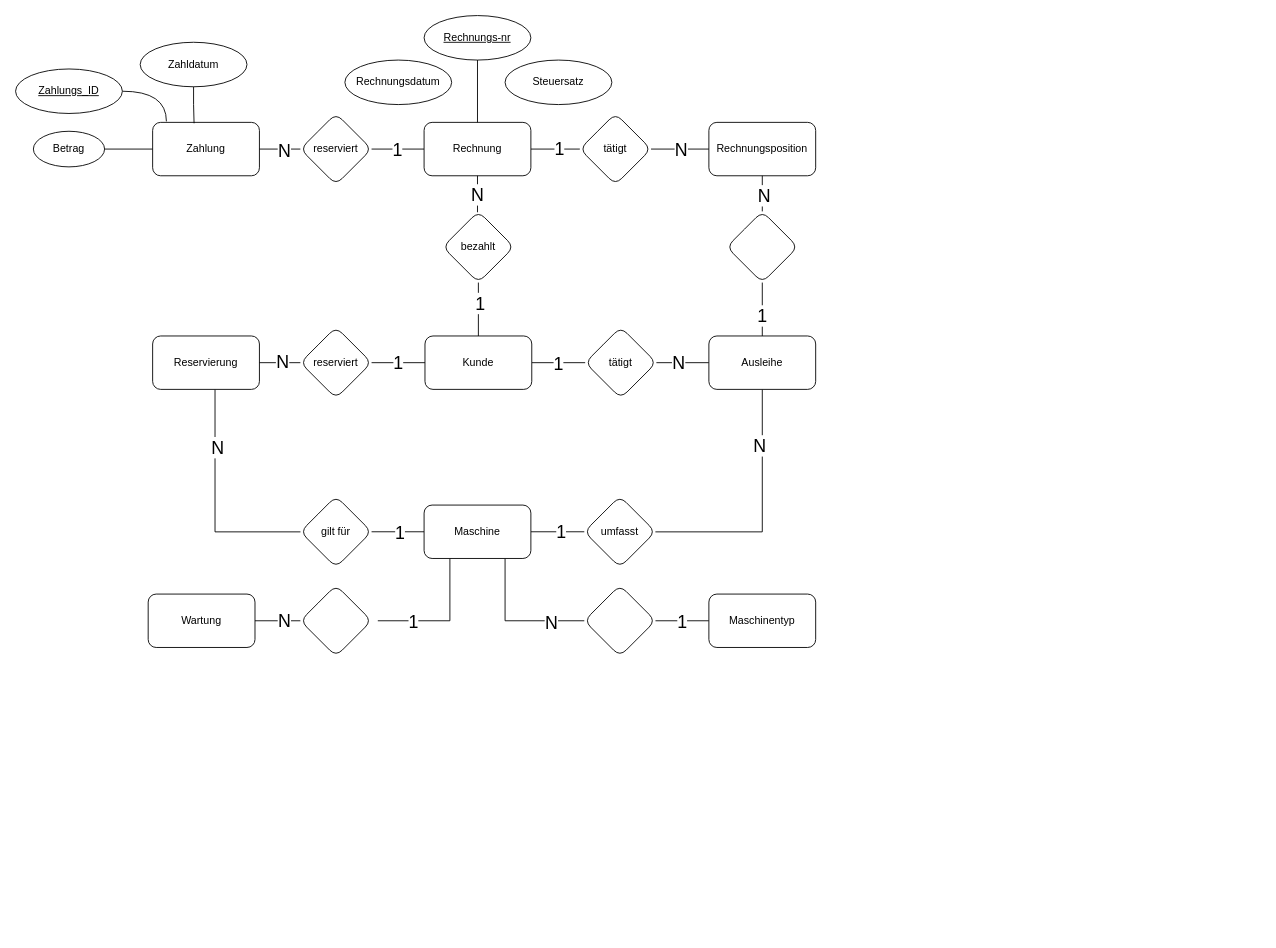
Above: docs/datenmodell/ERD-Maschinenverwaltung.drawio in Finn2103/maschinen-verwaltung (draw.io), before the change. Source tidied: cells renumbered, new cells numbered last; positions are measured from the earlier drawing's top-left corner, leaving out a move shared by most shapes. Both pictures are drawn from the tidied source at 89%, with x=0, y=0 at pixel (15, 15).
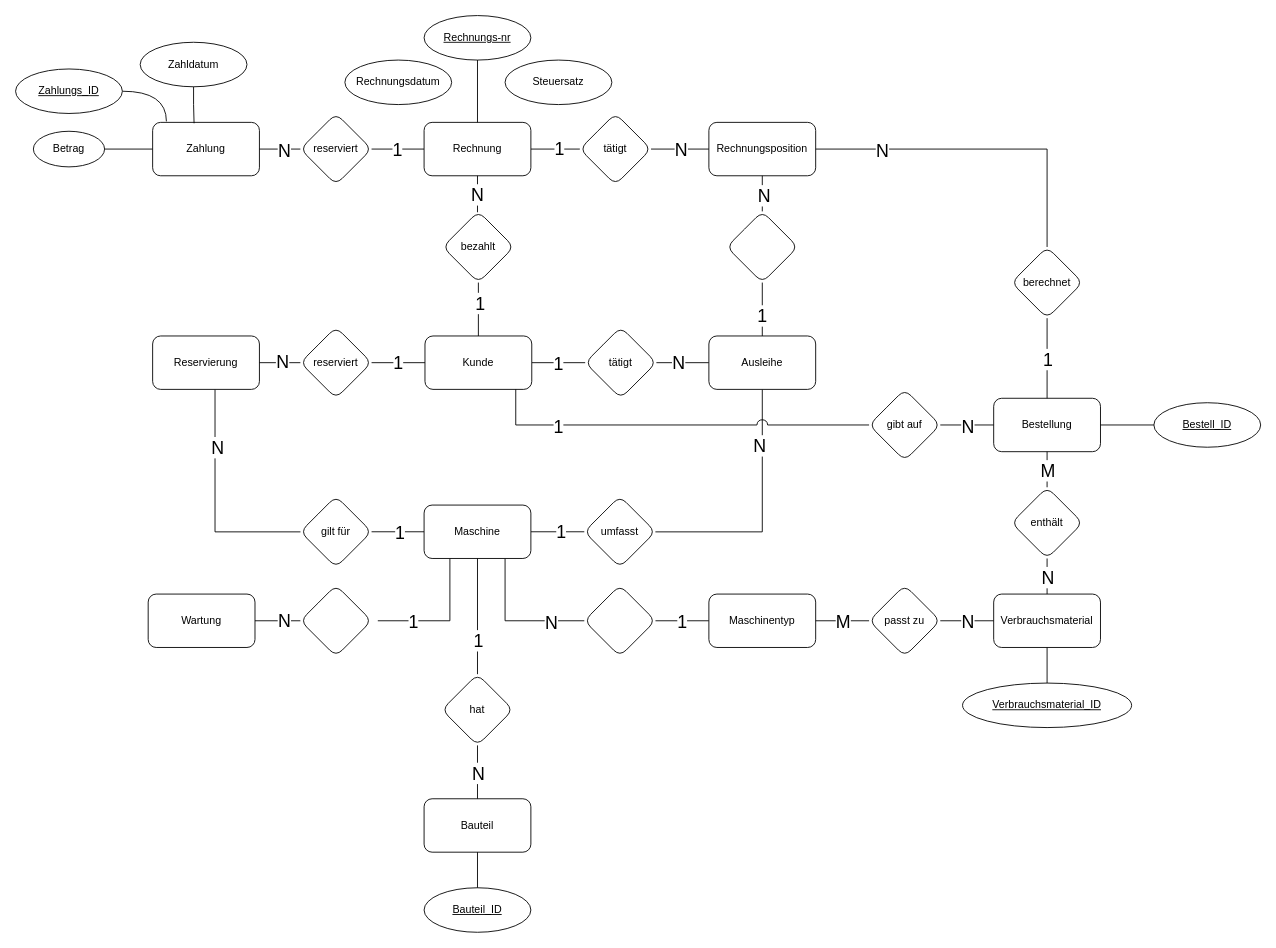
The same page after the edit.

Commit message (it also covers changes not shown here):
docs(datenmodell): Bauteil, Verbrauchsmaterial und Bestellung ins ERD (#45)

The change refers to these unchanged cells:
```xml
<mxCell id="14" value="Kunde" style="whiteSpace=wrap;html=1;rounded=1;" parent="1" vertex="1">
  <mxGeometry x="460" y="360" width="120" height="60" as="geometry" />
</mxCell>
<mxCell id="23" value="Rechnungsposition" style="rounded=1;whiteSpace=wrap;html=1;" parent="1" vertex="1">
  <mxGeometry x="779" y="120" width="120" height="60" as="geometry" />
</mxCell>
<mxCell id="42" value="Maschine" style="whiteSpace=wrap;html=1;rounded=1;" parent="1" vertex="1">
  <mxGeometry x="459" y="550" width="120" height="60" as="geometry" />
</mxCell>
<mxCell id="50" value="Maschinentyp" style="whiteSpace=wrap;html=1;rounded=1;" parent="1" vertex="1">
  <mxGeometry x="779" y="650" width="120" height="60" as="geometry" />
</mxCell>
```

Change to the diagram source:
```diff
@@
-<mxGraphModel>
+<mxGraphModel background="#ffffff">
@@
+    <mxCell id="71" value="Bauteil" style="rounded=1;whiteSpace=wrap;html=1;" parent="1" vertex="1">
+      <mxGeometry x="459" y="880" width="120" height="60" as="geometry" />
+    </mxCell>
+    <mxCell id="72" value="hat" style="rhombus;whiteSpace=wrap;html=1;shapeInside=1;rounded=1;" parent="1" vertex="1">
+      <mxGeometry x="479" y="740" width="80" height="80" as="geometry" />
+    </mxCell>
+    <mxCell id="73" value="&lt;u&gt;Bauteil_ID&lt;/u&gt;" style="ellipse;whiteSpace=wrap;html=1;shapeInside=1;" parent="1" vertex="1">
+      <mxGeometry x="459" y="980" width="120" height="50" as="geometry" />
+    </mxCell>
+    <mxCell id="74" style="edgeStyle=orthogonalEdgeStyle;rounded=0;jettySize=auto;html=1;exitX=0.5;exitY=1;exitDx=0;exitDy=0;entryX=0.5;entryY=0;entryDx=0;entryDy=0;endArrow=none;endFill=0;" parent="1" edge="1" source="42" target="72">
+      <mxGeometry relative="1" as="geometry" />
+    </mxCell>
+    <mxCell id="75" value="&lt;span style=&quot;font-size: 20px;&quot;&gt;1&lt;/span&gt;" style="edgeLabel;html=1;align=center;verticalAlign=middle;fontFamily=Helvetica;fontSize=11;fontColor=default;labelBackgroundColor=default;" parent="74" vertex="1">
+      <mxGeometry x="0.4" relative="1" as="geometry" />
+    </mxCell>
+    <mxCell id="76" style="edgeStyle=orthogonalEdgeStyle;rounded=0;jettySize=auto;html=1;exitX=0.5;exitY=1;exitDx=0;exitDy=0;entryX=0.5;entryY=0;entryDx=0;entryDy=0;endArrow=none;endFill=0;" parent="1" edge="1" source="72" target="71">
+      <mxGeometry relative="1" as="geometry" />
+    </mxCell>
+    <mxCell id="77" value="&lt;span style=&quot;font-size: 20px;&quot;&gt;N&lt;/span&gt;" style="edgeLabel;html=1;align=center;verticalAlign=middle;fontFamily=Helvetica;fontSize=11;fontColor=default;labelBackgroundColor=default;" parent="76" vertex="1">
+      <mxGeometry relative="1" as="geometry" />
+    </mxCell>
+    <mxCell id="78" style="edgeStyle=orthogonalEdgeStyle;rounded=0;jettySize=auto;html=1;exitX=0.5;exitY=0;exitDx=0;exitDy=0;entryX=0.5;entryY=1;entryDx=0;entryDy=0;endArrow=none;endFill=0;" parent="1" edge="1" source="73" target="71">
+      <mxGeometry relative="1" as="geometry" />
+    </mxCell>
+    <mxCell id="79" value="Verbrauchsmaterial" style="rounded=1;whiteSpace=wrap;html=1;" parent="1" vertex="1">
+      <mxGeometry x="1099" y="650" width="120" height="60" as="geometry" />
+    </mxCell>
+    <mxCell id="80" value="passt zu" style="rhombus;whiteSpace=wrap;html=1;shapeInside=1;rounded=1;" parent="1" vertex="1">
+      <mxGeometry x="959" y="640" width="80" height="80" as="geometry" />
+    </mxCell>
+    <mxCell id="81" value="&lt;u&gt;Verbrauchsmaterial_ID&lt;/u&gt;" style="ellipse;whiteSpace=wrap;html=1;shapeInside=1;" parent="1" vertex="1">
+      <mxGeometry x="1064" y="750" width="190" height="50" as="geometry" />
+    </mxCell>
+    <mxCell id="82" style="edgeStyle=orthogonalEdgeStyle;rounded=0;jettySize=auto;html=1;exitX=1;exitY=0.5;exitDx=0;exitDy=0;entryX=0;entryY=0.5;entryDx=0;entryDy=0;endArrow=none;endFill=0;" parent="1" edge="1" source="50" target="80">
+      <mxGeometry relative="1" as="geometry" />
+    </mxCell>
+    <mxCell id="83" value="&lt;span style=&quot;font-size: 20px;&quot;&gt;M&lt;/span&gt;" style="edgeLabel;html=1;align=center;verticalAlign=middle;fontFamily=Helvetica;fontSize=11;fontColor=default;labelBackgroundColor=default;" parent="82" vertex="1">
+      <mxGeometry relative="1" as="geometry" />
+    </mxCell>
+    <mxCell id="84" style="edgeStyle=orthogonalEdgeStyle;rounded=0;jettySize=auto;html=1;exitX=1;exitY=0.5;exitDx=0;exitDy=0;entryX=0;entryY=0.5;entryDx=0;entryDy=0;endArrow=none;endFill=0;" parent="1" edge="1" source="80" target="79">
+      <mxGeometry relative="1" as="geometry" />
+    </mxCell>
+    <mxCell id="85" value="&lt;span style=&quot;font-size: 20px;&quot;&gt;N&lt;/span&gt;" style="edgeLabel;html=1;align=center;verticalAlign=middle;fontFamily=Helvetica;fontSize=11;fontColor=default;labelBackgroundColor=default;" parent="84" vertex="1">
+      <mxGeometry relative="1" as="geometry" />
+    </mxCell>
+    <mxCell id="86" style="edgeStyle=orthogonalEdgeStyle;rounded=0;jettySize=auto;html=1;exitX=0.5;exitY=0;exitDx=0;exitDy=0;entryX=0.5;entryY=1;entryDx=0;entryDy=0;endArrow=none;endFill=0;" parent="1" edge="1" source="81" target="79">
+      <mxGeometry relative="1" as="geometry" />
+    </mxCell>
+    <mxCell id="87" value="Bestellung" style="rounded=1;whiteSpace=wrap;html=1;" parent="1" vertex="1">
+      <mxGeometry x="1099" y="430" width="120" height="60" as="geometry" />
+    </mxCell>
+    <mxCell id="88" value="gibt auf" style="rhombus;whiteSpace=wrap;html=1;shapeInside=1;rounded=1;" parent="1" vertex="1">
+      <mxGeometry x="959" y="420" width="80" height="80" as="geometry" />
+    </mxCell>
+    <mxCell id="89" value="enthält" style="rhombus;whiteSpace=wrap;html=1;shapeInside=1;rounded=1;" parent="1" vertex="1">
+      <mxGeometry x="1119" y="530" width="80" height="80" as="geometry" />
+    </mxCell>
+    <mxCell id="90" value="berechnet" style="rhombus;whiteSpace=wrap;html=1;shapeInside=1;rounded=1;" parent="1" vertex="1">
+      <mxGeometry x="1119" y="260" width="80" height="80" as="geometry" />
+    </mxCell>
+    <mxCell id="91" value="&lt;u&gt;Bestell_ID&lt;/u&gt;" style="ellipse;whiteSpace=wrap;html=1;shapeInside=1;" parent="1" vertex="1">
+      <mxGeometry x="1279" y="435" width="120" height="50" as="geometry" />
+    </mxCell>
+    <mxCell id="92" style="edgeStyle=orthogonalEdgeStyle;rounded=0;jettySize=auto;html=1;exitX=0.85;exitY=1;exitDx=0;exitDy=0;entryX=0;entryY=0.5;entryDx=0;entryDy=0;endArrow=none;endFill=0;jumpStyle=arc;jumpSize=12;" parent="1" edge="1" source="14" target="88">
+      <mxGeometry relative="1" as="geometry">
+        <Array as="points">
+          <mxPoint x="562" y="460" />
+        </Array>
+      </mxGeometry>
+    </mxCell>
+    <mxCell id="93" value="&lt;span style=&quot;font-size: 20px;&quot;&gt;1&lt;/span&gt;" style="edgeLabel;html=1;align=center;verticalAlign=middle;fontFamily=Helvetica;fontSize=11;fontColor=default;labelBackgroundColor=default;" parent="92" vertex="1">
+      <mxGeometry x="-0.6" relative="1" as="geometry" />
+    </mxCell>
+    <mxCell id="94" style="edgeStyle=orthogonalEdgeStyle;rounded=0;jettySize=auto;html=1;exitX=1;exitY=0.5;exitDx=0;exitDy=0;entryX=0;entryY=0.5;entryDx=0;entryDy=0;endArrow=none;endFill=0;" parent="1" edge="1" source="88" target="87">
+      <mxGeometry relative="1" as="geometry" />
+    </mxCell>
+    <mxCell id="95" value="&lt;span style=&quot;font-size: 20px;&quot;&gt;N&lt;/span&gt;" style="edgeLabel;html=1;align=center;verticalAlign=middle;fontFamily=Helvetica;fontSize=11;fontColor=default;labelBackgroundColor=default;" parent="94" vertex="1">
+      <mxGeometry relative="1" as="geometry" />
+    </mxCell>
+    <mxCell id="96" style="edgeStyle=orthogonalEdgeStyle;rounded=0;jettySize=auto;html=1;exitX=0.5;exitY=1;exitDx=0;exitDy=0;entryX=0.5;entryY=0;entryDx=0;entryDy=0;endArrow=none;endFill=0;" parent="1" edge="1" source="87" target="89">
+      <mxGeometry relative="1" as="geometry" />
+    </mxCell>
+    <mxCell id="97" value="&lt;span style=&quot;font-size: 20px;&quot;&gt;M&lt;/span&gt;" style="edgeLabel;html=1;align=center;verticalAlign=middle;fontFamily=Helvetica;fontSize=11;fontColor=default;labelBackgroundColor=default;" parent="96" vertex="1">
+      <mxGeometry relative="1" as="geometry" />
+    </mxCell>
+    <mxCell id="98" style="edgeStyle=orthogonalEdgeStyle;rounded=0;jettySize=auto;html=1;exitX=0.5;exitY=1;exitDx=0;exitDy=0;entryX=0.5;entryY=0;entryDx=0;entryDy=0;endArrow=none;endFill=0;" parent="1" edge="1" source="89" target="79">
+      <mxGeometry relative="1" as="geometry" />
+    </mxCell>
+    <mxCell id="99" value="&lt;span style=&quot;font-size: 20px;&quot;&gt;N&lt;/span&gt;" style="edgeLabel;html=1;align=center;verticalAlign=middle;fontFamily=Helvetica;fontSize=11;fontColor=default;labelBackgroundColor=default;" parent="98" vertex="1">
+      <mxGeometry relative="1" as="geometry" />
+    </mxCell>
+    <mxCell id="100" style="edgeStyle=orthogonalEdgeStyle;rounded=0;jettySize=auto;html=1;exitX=0.5;exitY=0;exitDx=0;exitDy=0;entryX=0.5;entryY=1;entryDx=0;entryDy=0;endArrow=none;endFill=0;" parent="1" edge="1" source="87" target="90">
+      <mxGeometry relative="1" as="geometry" />
+    </mxCell>
+    <mxCell id="101" value="&lt;span style=&quot;font-size: 20px;&quot;&gt;1&lt;/span&gt;" style="edgeLabel;html=1;align=center;verticalAlign=middle;fontFamily=Helvetica;fontSize=11;fontColor=default;labelBackgroundColor=default;" parent="100" vertex="1">
+      <mxGeometry relative="1" as="geometry" />
+    </mxCell>
+    <mxCell id="102" style="edgeStyle=orthogonalEdgeStyle;rounded=0;jettySize=auto;html=1;exitX=0.5;exitY=0;exitDx=0;exitDy=0;entryX=1;entryY=0.5;entryDx=0;entryDy=0;endArrow=none;endFill=0;" parent="1" edge="1" source="90" target="23">
+      <mxGeometry relative="1" as="geometry">
+        <Array as="points">
+          <mxPoint x="1159" y="150" />
+        </Array>
+      </mxGeometry>
+    </mxCell>
+    <mxCell id="103" value="&lt;span style=&quot;font-size: 20px;&quot;&gt;N&lt;/span&gt;" style="edgeLabel;html=1;align=center;verticalAlign=middle;fontFamily=Helvetica;fontSize=11;fontColor=default;labelBackgroundColor=default;" parent="102" vertex="1">
+      <mxGeometry x="0.6" relative="1" as="geometry" />
+    </mxCell>
+    <mxCell id="104" style="edgeStyle=orthogonalEdgeStyle;rounded=0;jettySize=auto;html=1;exitX=0;exitY=0.5;exitDx=0;exitDy=0;entryX=1;entryY=0.5;entryDx=0;entryDy=0;endArrow=none;endFill=0;" parent="1" edge="1" source="91" target="87">
+      <mxGeometry relative="1" as="geometry" />
+    </mxCell>
```
